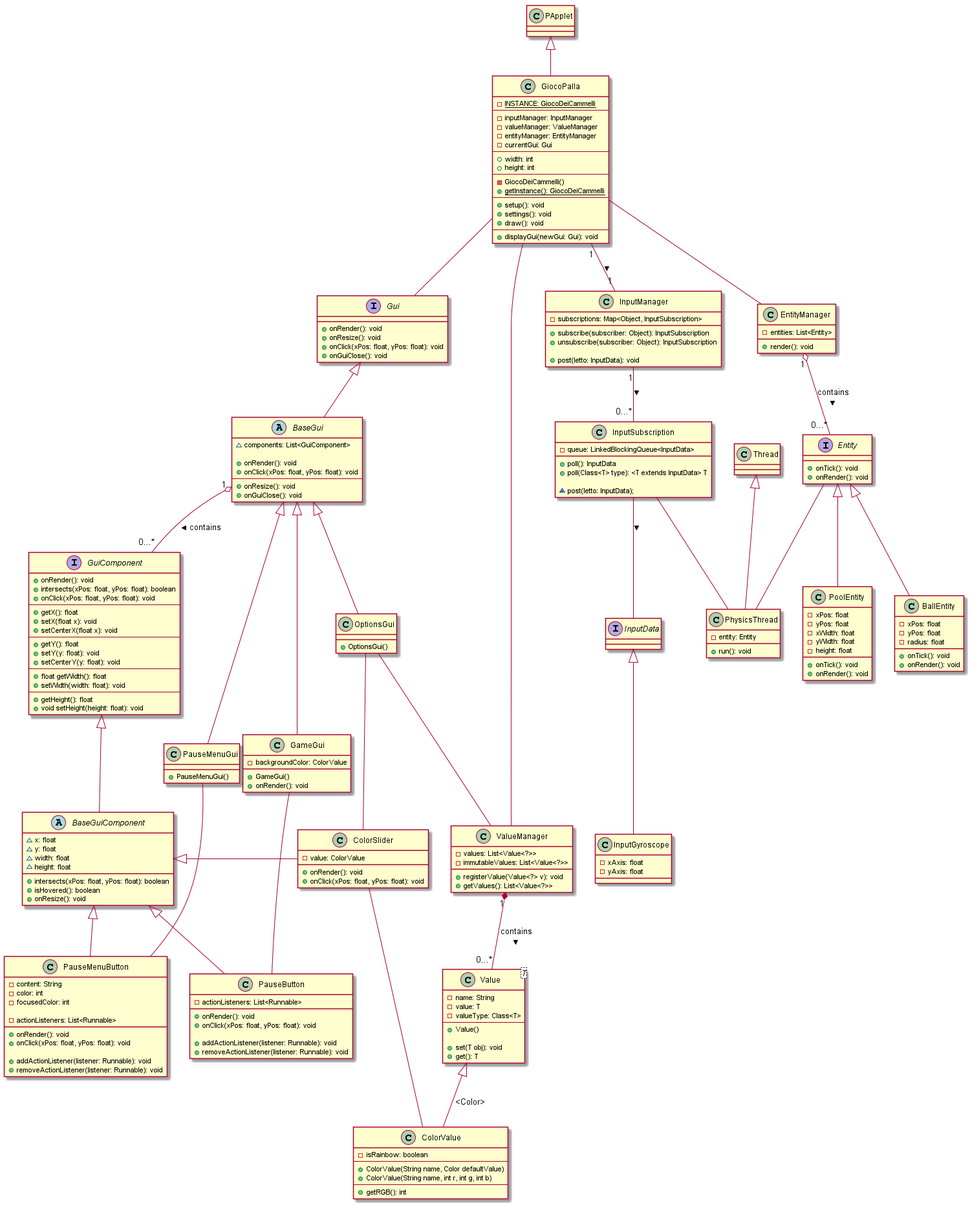
The PlantUML diagram docs/DIAGRAMMA_CLASSI.png in Furrrlo/GiocoDeiCammelli, before a commit.
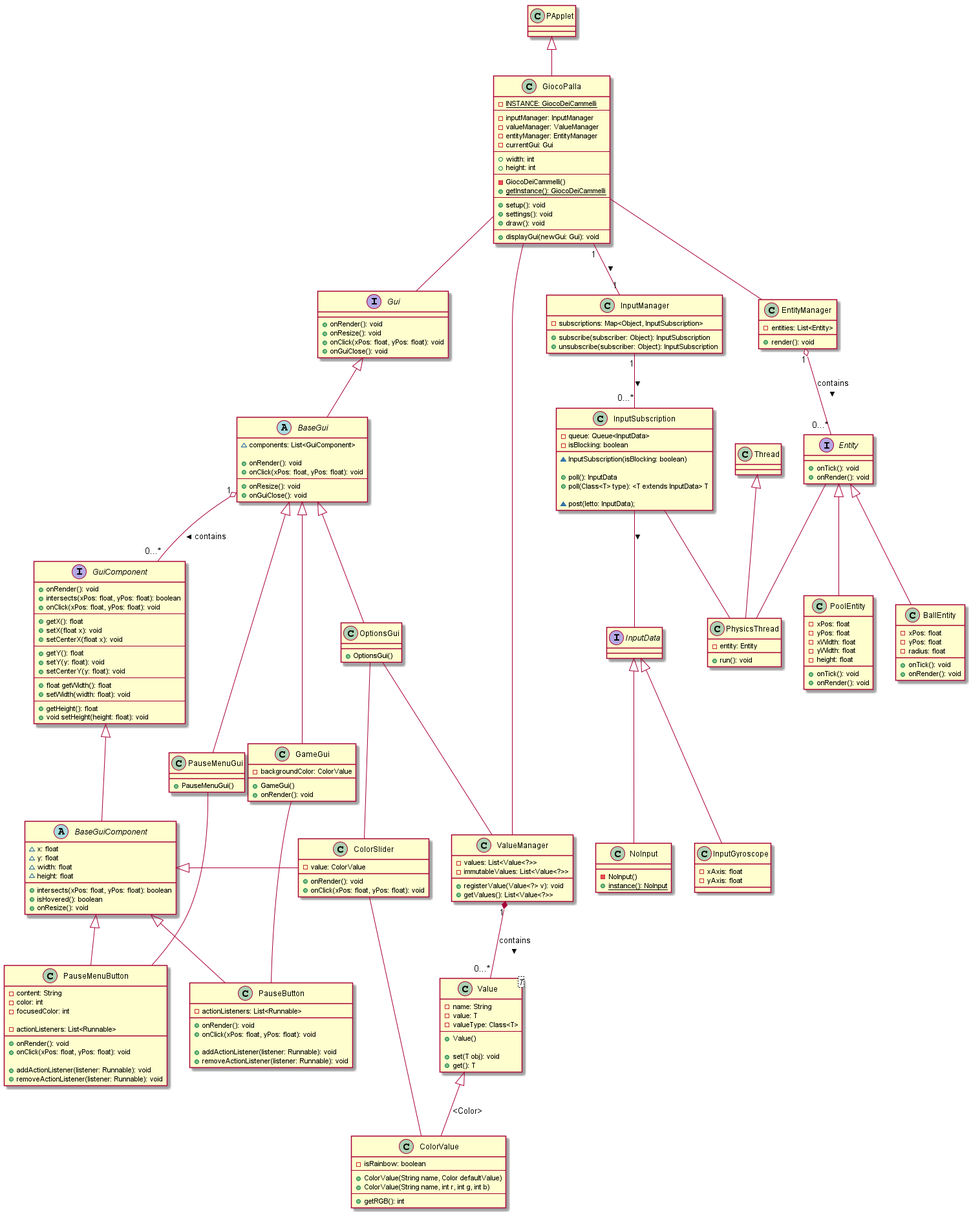
After the commit.

What changed in the source:
```diff
@@ -30,14 +30,15 @@
 
     +subscribe(subscriber: Object): InputSubscription
     +unsubscribe(subscriber: Object): InputSubscription
-
-    +post(letto: InputData): void
 }
 
 InputManager"1" -- "0...*"InputSubscription: >
 
 class InputSubscription {
-    -queue: LinkedBlockingQueue<InputData>
+    -queue: Queue<InputData>
+    -isBlocking: boolean
+
+    ~InputSubscription(isBlocking: boolean)
 
     +poll(): InputData
     +poll(Class<T> type): <T extends InputData> T
@@ -50,12 +51,19 @@
 interface InputData {
 }
 
+InputData <|--  NoInput
+
+class NoInput {
+    -NoInput()
+    +{static}instance(): NoInput
+}
+
+InputData <|--  InputGyroscope
+
 class InputGyroscope {
     -xAxis: float
     -yAxis: float
 }
-
-InputData <|--  InputGyroscope
 
 GiocoPalla -- Gui
 
```
